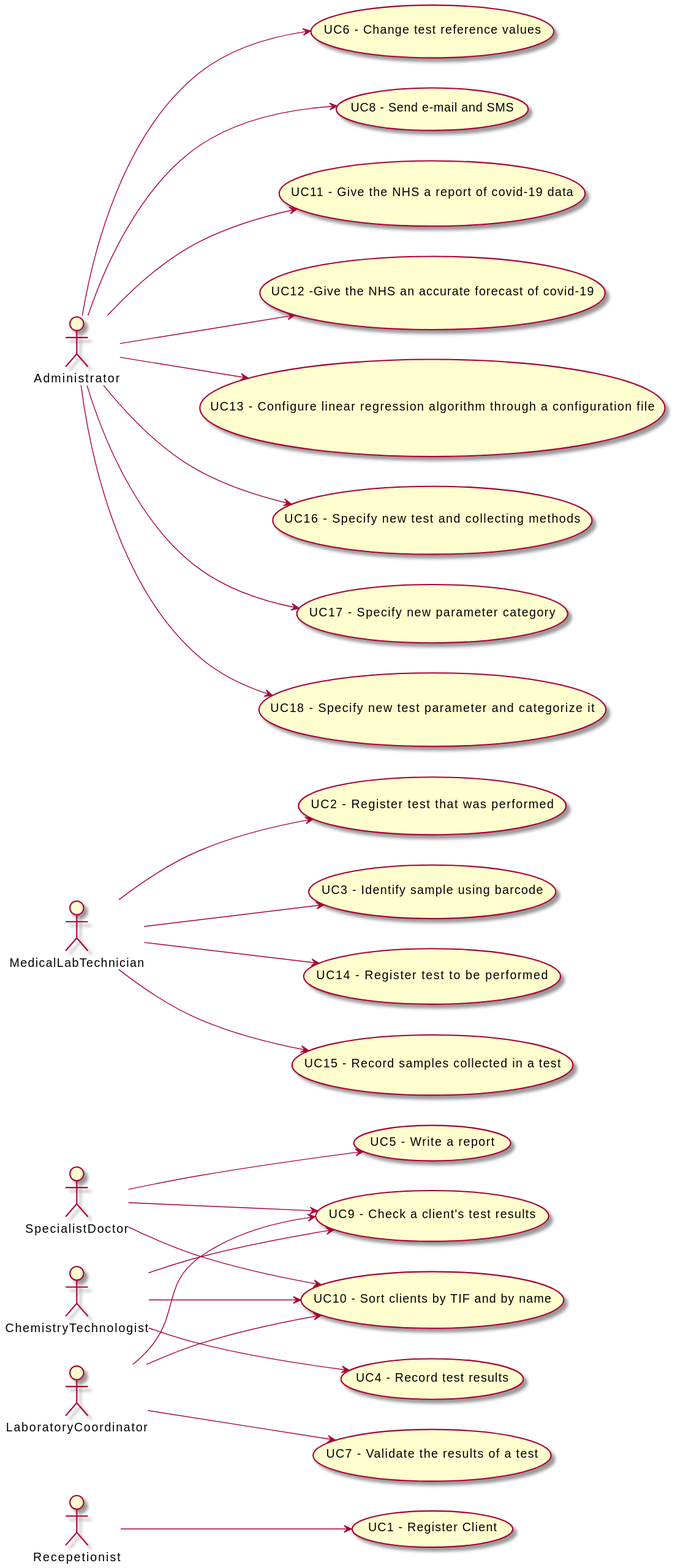
Earlier version of the PlantUML export docs/SprintA/ImagesUsed/UCD.svg (RuiRioPina/LAPR2-20-21). Source of this version:
```plantuml
@startuml
left to right direction

Recepetionist --> (Register)
"UC9 - Check a client's test results" as (Check)
"UC1 - Register Client" as (Register)
"UC10 - Sort clients by TIF and by name" as (Sort)

MedicalLabTechnician --> (UC2 - Register test that was performed)
MedicalLabTechnician --> (UC3 - Identify sample using barcode)
MedicalLabTechnician --> (UC14 - Register test to be performed)
MedicalLabTechnician --> (UC15 - Record samples collected in a test)

ChemistryTechnologist --> (UC4 - Record test results)
ChemistryTechnologist --> (Check)
ChemistryTechnologist --> (Sort)

SpecialistDoctor --> (UC5 - Write a report)
SpecialistDoctor --> (Sort)
SpecialistDoctor --> (Check)

Administrator --> (UC6 - Change test reference values)
Administrator --> (UC8 - Send e-mail and SMS)
Administrator --> (UC11 - Give the NHS a report of covid-19 data)
Administrator --> (UC12 -Give the NHS an accurate forecast of covid-19)
Administrator --> (UC13 - Configure linear regression algorithm through a configuration file)
Administrator --> (UC16 - Specify new test and collecting methods)
Administrator --> (UC17 - Specify new parameter category)
Administrator --> (UC18 - Specify new test parameter and categorize it)

LaboratoryCoordinator --> (UC7 - Validate the results of a test)
LaboratoryCoordinator --> (Check)
LaboratoryCoordinator --> (Sort)
@enduml
```
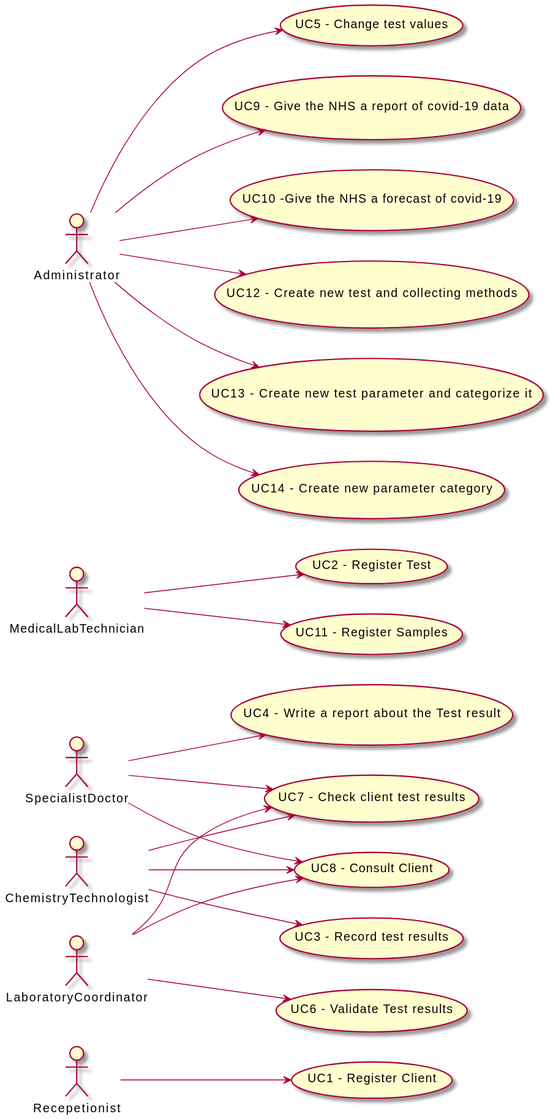
After the commit.

Commit message:
I've added new documents of the work we've been developing. Mainly the SVG file for the Domain Model and the SVG file for the Use Cases

Diff of the diagram source:
```diff
@@ -2,33 +2,29 @@
 left to right direction
 
 Recepetionist --> (Register)
-"UC9 - Check a client's test results" as (Check)
+"UC7 - Check client test results" as (Check)
 "UC1 - Register Client" as (Register)
-"UC10 - Sort clients by TIF and by name" as (Sort)
+"UC8 - Consult Client" as (Sort)
 
-MedicalLabTechnician --> (UC2 - Register test that was performed)
-MedicalLabTechnician --> (UC3 - Identify sample using barcode)
-MedicalLabTechnician --> (UC14 - Register test to be performed)
-MedicalLabTechnician --> (UC15 - Record samples collected in a test)
+MedicalLabTechnician --> (UC2 - Register Test)
+MedicalLabTechnician --> (UC11 - Register Samples)
 
-ChemistryTechnologist --> (UC4 - Record test results)
+ChemistryTechnologist --> (UC3 - Record test results)
 ChemistryTechnologist --> (Check)
 ChemistryTechnologist --> (Sort)
 
-SpecialistDoctor --> (UC5 - Write a report)
+SpecialistDoctor --> (UC4 - Write a report about the Test result)
 SpecialistDoctor --> (Sort)
 SpecialistDoctor --> (Check)
 
-Administrator --> (UC6 - Change test reference values)
-Administrator --> (UC8 - Send e-mail and SMS)
-Administrator --> (UC11 - Give the NHS a report of covid-19 data)
-Administrator --> (UC12 -Give the NHS an accurate forecast of covid-19)
-Administrator --> (UC13 - Configure linear regression algorithm through a configuration file)
-Administrator --> (UC16 - Specify new test and collecting methods)
-Administrator --> (UC17 - Specify new parameter category)
-Administrator --> (UC18 - Specify new test parameter and categorize it)
+Administrator --> (UC5 - Change test values)
+Administrator --> (UC9 - Give the NHS a report of covid-19 data)
+Administrator --> (UC10 -Give the NHS a forecast of covid-19)
+Administrator --> (UC12 - Create new test and collecting methods)
+Administrator --> (UC13 - Create new test parameter and categorize it)
+Administrator --> (UC14 - Create new parameter category)
 
-LaboratoryCoordinator --> (UC7 - Validate the results of a test)
+LaboratoryCoordinator --> (UC6 - Validate Test results)
 LaboratoryCoordinator --> (Check)
 LaboratoryCoordinator --> (Sort)
 @enduml
```
